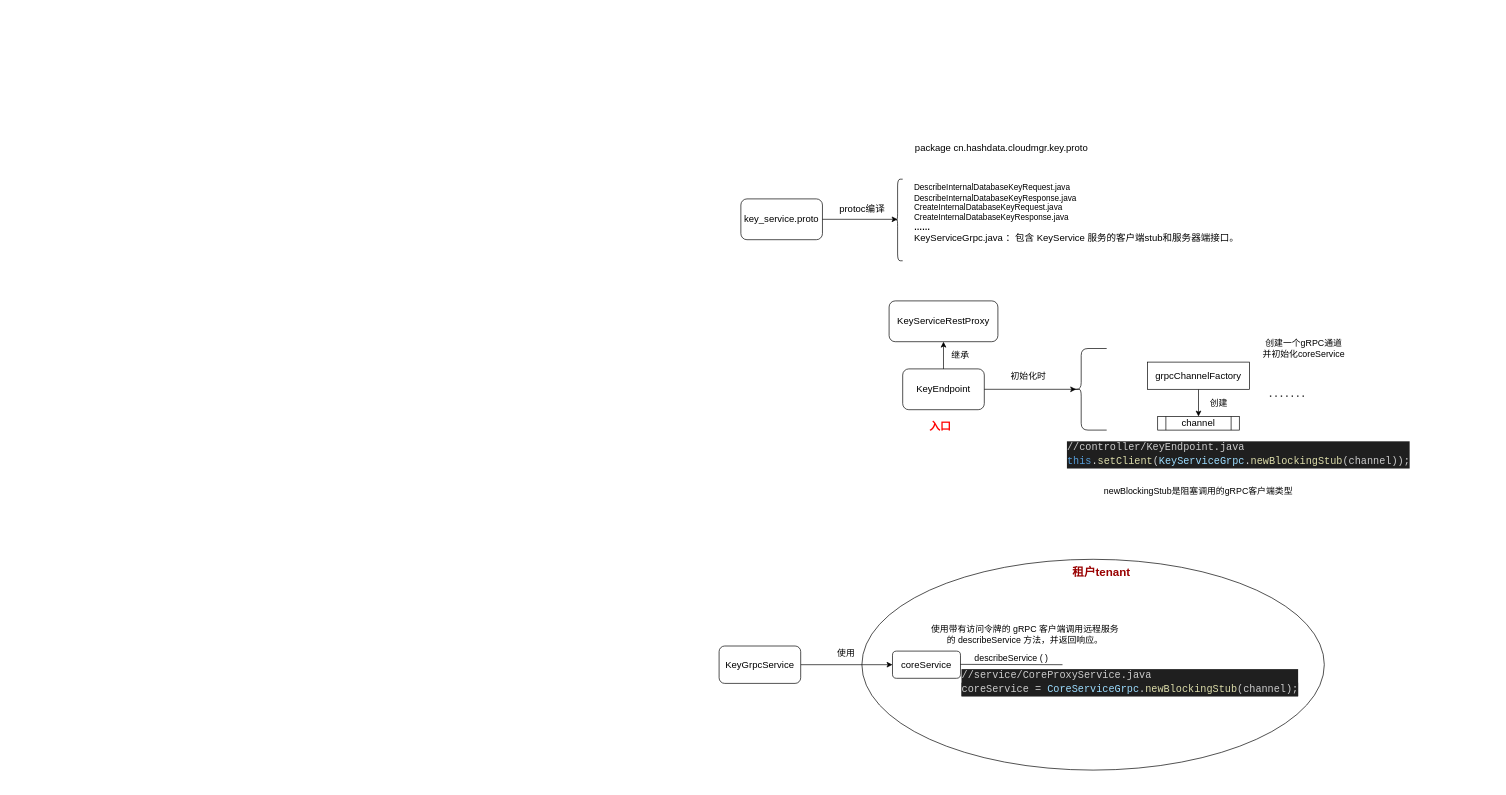
Before: epp.drawio in TouyamaRie/My_pictures, a draw.io diagram. Source tidied: cells renumbered, new cells numbered last; positions are measured from the earlier drawing's top-left corner, leaving out a move shared by most shapes. Both pictures are drawn from the tidied source at 68%, with x=0, y=0 at pixel (719, 137).
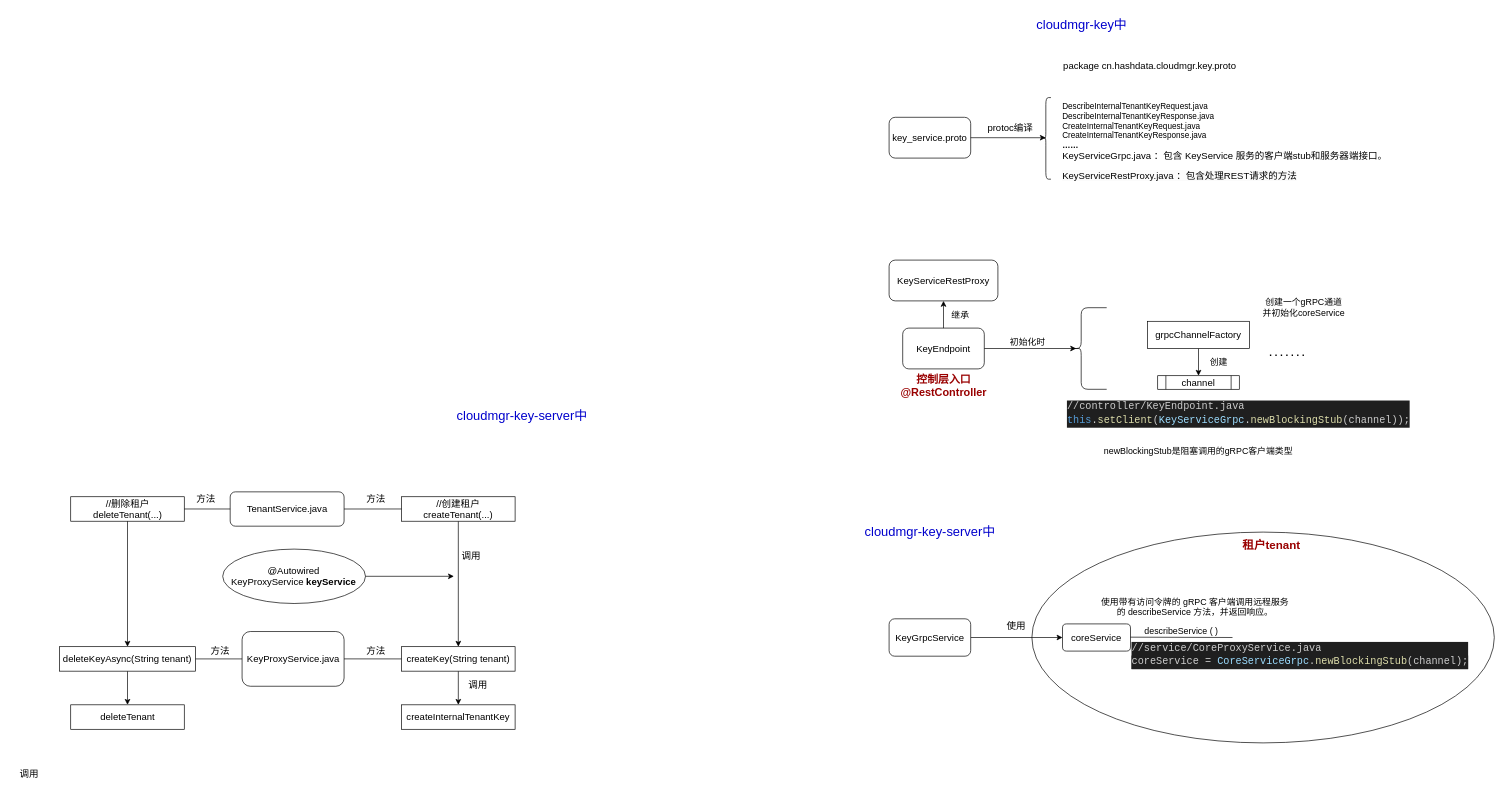
The same page after the edit.

The edit, as a diff of the source:
```diff
@@
+    <mxCell id="34" style="ellipse;whiteSpace=wrap;html=1;" parent="1" vertex="1">
+      <mxGeometry x="-730" y="605" width="210" height="80" as="geometry" />
+    </mxCell>
     <mxCell id="2" style="ellipse;whiteSpace=wrap;html=1;" parent="1" vertex="1">
-      <mxGeometry x="210" y="620" width="680" height="310" as="geometry" />
+      <mxGeometry x="460" y="580" width="680" height="310" as="geometry" />
     </mxCell>
     <mxCell id="3" value="&lt;font style=&quot;font-size: 14px;&quot;&gt;coreService&lt;/font&gt;" style="rounded=1;whiteSpace=wrap;html=1;" parent="1" vertex="1">
-      <mxGeometry x="255" y="755" width="100" height="40" as="geometry" />
+      <mxGeometry x="505" y="715" width="100" height="40" as="geometry" />
     </mxCell>
@@
     <mxCell id="5" value="&lt;font style=&quot;font-size: 14px;&quot;&gt;grpcChannelFactory&lt;/font&gt;" style="rounded=0;whiteSpace=wrap;html=1;" parent="1" vertex="1">
-      <mxGeometry x="630" y="330" width="150" height="40" as="geometry" />
+      <mxGeometry x="630" y="270" width="150" height="40" as="geometry" />
     </mxCell>
     <mxCell id="6" value="&lt;font style=&quot;font-size: 14px;&quot;&gt;channel&lt;/font&gt;" style="shape=process;whiteSpace=wrap;html=1;backgroundOutline=1;" parent="1" vertex="1">
-      <mxGeometry x="645" y="410" width="120" height="20" as="geometry" />
+      <mxGeometry x="645" y="350" width="120" height="20" as="geometry" />
     </mxCell>
     <mxCell id="7" style="endArrow=none;dashed=1;html=1;dashPattern=1 3;strokeWidth=2;rounded=0;" parent="1" edge="1">
       <mxGeometry relative="1" as="geometry">
-        <mxPoint x="810" y="380" as="sourcePoint" />
-        <mxPoint x="860" y="380" as="targetPoint" />
+        <mxPoint x="810" y="320" as="sourcePoint" />
+        <mxPoint x="860" y="320" as="targetPoint" />
       </mxGeometry>
     </mxCell>
     <mxCell id="8" style="endArrow=none;html=1;rounded=0;" parent="1" edge="1">
       <mxGeometry relative="1" as="geometry">
-        <mxPoint x="355" y="774.5" as="sourcePoint" />
-        <mxPoint x="505" y="775" as="targetPoint" />
+        <mxPoint x="605" y="734.5" as="sourcePoint" />
+        <mxPoint x="755" y="735" as="targetPoint" />
       </mxGeometry>
     </mxCell>
     <mxCell id="9" value="&lt;font style=&quot;font-size: 13px;&quot;&gt;describeService ( )&lt;/font&gt;" style="text;html=1;align=center;verticalAlign=middle;whiteSpace=wrap;rounded=0;" parent="1" vertex="1">
-      <mxGeometry x="365" y="755" width="130" height="20" as="geometry" />
+      <mxGeometry x="615" y="715" width="130" height="20" as="geometry" />
     </mxCell>
     <mxCell id="10" value="&lt;font style=&quot;font-size: 13px;&quot;&gt;创建一个gRPC通道&lt;/font&gt;&lt;div&gt;&lt;font style=&quot;font-size: 13px;&quot;&gt;并初始化coreService&lt;/font&gt;&lt;/div&gt;" style="text;html=1;align=center;verticalAlign=middle;whiteSpace=wrap;rounded=0;" parent="1" vertex="1">
-      <mxGeometry x="740" y="300" width="240" height="20" as="geometry" />
+      <mxGeometry x="740" y="240" width="240" height="20" as="geometry" />
     </mxCell>
     <mxCell id="11" value="&lt;span style=&quot;font-size: 13px;&quot;&gt;使用带有访问令牌的 gRPC 客户端调用远程服务的 describeService 方法，&lt;/span&gt;&lt;span style=&quot;font-size: 13px; background-color: initial;&quot;&gt;并返回响应。&lt;/span&gt;" style="text;html=1;align=center;verticalAlign=middle;whiteSpace=wrap;rounded=0;" parent="1" vertex="1">
-      <mxGeometry x="310" y="720" width="280" height="20" as="geometry" />
+      <mxGeometry x="560" y="680" width="280" height="20" as="geometry" />
     </mxCell>
     <mxCell id="12" value="&lt;div style=&quot;color: rgb(204, 204, 204); background-color: rgb(31, 31, 31); font-family: &amp;quot;Fira code&amp;quot;, &amp;quot;Microsoft YaHei&amp;quot;, monospace, Consolas, &amp;quot;Courier New&amp;quot;, monospace; font-weight: normal; font-size: 15px; line-height: 20px; white-space: pre; --darkreader-inline-color: #c8c3bc; --darkreader-inline-bgcolor: #17191a;&quot;&gt;&lt;div&gt;&lt;span style=&quot;color: rgb(204, 204, 204); --darkreader-inline-color: #c8c3bc;&quot;&gt;//controller/KeyEndpoint.java&amp;nbsp;&lt;/span&gt;&lt;/div&gt;&lt;div&gt;&lt;span style=&quot;color: rgb(86, 156, 214); --darkreader-inline-color: #60a4d8;&quot;&gt;this&lt;/span&gt;&lt;span style=&quot;color: rgb(204, 204, 204); --darkreader-inline-color: #c8c3bc;&quot;&gt;.&lt;/span&gt;&lt;span style=&quot;color: rgb(220, 220, 170); --darkreader-inline-color: #d8d89f;&quot;&gt;setClient&lt;/span&gt;&lt;span style=&quot;color: rgb(204, 204, 204); --darkreader-inline-color: #c8c3bc;&quot;&gt;(&lt;/span&gt;&lt;span style=&quot;color: rgb(156, 220, 254); --darkreader-inline-color: #87d5fe;&quot;&gt;KeyServiceGrpc&lt;/span&gt;&lt;span style=&quot;color: rgb(204, 204, 204); --darkreader-inline-color: #c8c3bc;&quot;&gt;.&lt;/span&gt;&lt;span style=&quot;color: rgb(220, 220, 170); --darkreader-inline-color: #d8d89f;&quot;&gt;newBlockingStub&lt;/span&gt;&lt;span style=&quot;color: rgb(204, 204, 204); --darkreader-inline-color: #c8c3bc;&quot;&gt;(channel));&lt;/span&gt;&lt;/div&gt;&lt;/div&gt;" style="text;whiteSpace=wrap;html=1;" parent="1" vertex="1">
-      <mxGeometry x="510" y="440" width="450" height="40" as="geometry" />
+      <mxGeometry x="510" y="380" width="450" height="40" as="geometry" />
     </mxCell>
     <mxCell id="13" value="&lt;div style=&quot;color: rgb(204, 204, 204); background-color: rgb(31, 31, 31); font-family: &amp;quot;Fira code&amp;quot;, &amp;quot;Microsoft YaHei&amp;quot;, monospace, Consolas, &amp;quot;Courier New&amp;quot;, monospace; font-weight: normal; font-size: 15px; line-height: 20px; white-space: pre; --darkreader-inline-color: #c8c3bc; --darkreader-inline-bgcolor: #17191a;&quot;&gt;&lt;div&gt;&lt;span style=&quot;color: rgb(204, 204, 204); --darkreader-inline-color: #c8c3bc;&quot;&gt;//service/CoreProxyService.java&amp;nbsp;&lt;/span&gt;&lt;/div&gt;&lt;div&gt;&lt;div style=&quot;color: rgb(204, 204, 204); background-color: rgb(31, 31, 31); line-height: 20px; --darkreader-inline-color: #c8c3bc; --darkreader-inline-bgcolor: #17191a;&quot;&gt;coreService &lt;span style=&quot;color: rgb(212, 212, 212); --darkreader-inline-color: #cdc8c2;&quot;&gt;=&lt;/span&gt; &lt;span style=&quot;color: rgb(156, 220, 254); --darkreader-inline-color: #87d5fe;&quot;&gt;CoreServiceGrpc&lt;/span&gt;.&lt;span style=&quot;color: rgb(220, 220, 170); --darkreader-inline-color: #d8d89f;&quot;&gt;newBlockingStub&lt;/span&gt;(channel);&lt;/div&gt;&lt;/div&gt;&lt;/div&gt;" style="text;whiteSpace=wrap;html=1;" parent="1" vertex="1">
-      <mxGeometry x="355" y="775" width="450" height="40" as="geometry" />
+      <mxGeometry x="605" y="735" width="450" height="40" as="geometry" />
     </mxCell>
     <mxCell id="14" value="&lt;span style=&quot;font-size: 13px;&quot;&gt;newBlockingStub是阻塞调用的gRPC客户端类型&lt;/span&gt;" style="text;html=1;align=center;verticalAlign=middle;whiteSpace=wrap;rounded=0;" parent="1" vertex="1">
-      <mxGeometry x="555" y="510" width="300" height="20" as="geometry" />
+      <mxGeometry x="555" y="450" width="300" height="20" as="geometry" />
     </mxCell>
     <mxCell id="15" value="&lt;font style=&quot;font-size: 14px;&quot;&gt;KeyEndpoint&lt;/font&gt;" style="rounded=1;whiteSpace=wrap;html=1;" parent="1" vertex="1">
-      <mxGeometry x="270" y="340" width="120" height="60" as="geometry" />
+      <mxGeometry x="270" y="280" width="120" height="60" as="geometry" />
     </mxCell>
     <mxCell id="16" style="endArrow=classic;html=1;rounded=0;exitX=0.5;exitY=0;exitDx=0;exitDy=0;" parent="1" edge="1" source="15">
       <mxGeometry relative="1" as="geometry">
-        <mxPoint x="330" y="300" as="targetPoint" />
+        <mxPoint x="330" y="240" as="targetPoint" />
       </mxGeometry>
     </mxCell>
     <mxCell id="17" value="&lt;font style=&quot;font-size: 14px;&quot;&gt;KeyServiceRestProxy&lt;/font&gt;" style="rounded=1;whiteSpace=wrap;html=1;" parent="1" vertex="1">
-      <mxGeometry x="250" y="240" width="160" height="60" as="geometry" />
+      <mxGeometry x="250" y="180" width="160" height="60" as="geometry" />
     </mxCell>
     <mxCell id="18" value="&lt;span style=&quot;font-size: 13px;&quot;&gt;继承&lt;/span&gt;" style="text;html=1;align=center;verticalAlign=middle;whiteSpace=wrap;rounded=0;" parent="1" vertex="1">
-      <mxGeometry x="330" y="310" width="50" height="20" as="geometry" />
+      <mxGeometry x="330" y="250" width="50" height="20" as="geometry" />
     </mxCell>
     <mxCell id="19" value="&lt;span style=&quot;font-size: 13px;&quot;&gt;创建&lt;/span&gt;" style="text;html=1;align=center;verticalAlign=middle;whiteSpace=wrap;rounded=0;" parent="1" vertex="1">
-      <mxGeometry x="710" y="380" width="50" height="20" as="geometry" />
+      <mxGeometry x="710" y="320" width="50" height="20" as="geometry" />
     </mxCell>
     <mxCell id="20" style="shape=curlyBracket;whiteSpace=wrap;html=1;rounded=1;labelPosition=left;verticalLabelPosition=middle;align=right;verticalAlign=middle;size=0.25;" parent="1" vertex="1">
-      <mxGeometry x="520" y="310" width="50" height="120" as="geometry" />
+      <mxGeometry x="520" y="250" width="50" height="120" as="geometry" />
     </mxCell>
     <mxCell id="21" value="&lt;span style=&quot;font-size: 13px;&quot;&gt;初始化时&lt;/span&gt;" style="text;html=1;align=center;verticalAlign=middle;whiteSpace=wrap;rounded=0;" parent="1" vertex="1">
-      <mxGeometry x="420" y="340" width="70" height="20" as="geometry" />
+      <mxGeometry x="419" y="290" width="70" height="20" as="geometry" />
     </mxCell>
@@
     <mxCell id="24" value="&lt;font style=&quot;font-size: 14px;&quot;&gt;KeyGrpcService&lt;/font&gt;" style="rounded=1;whiteSpace=wrap;html=1;" parent="1" vertex="1">
-      <mxGeometry y="747.5" width="120" height="55" as="geometry" />
+      <mxGeometry x="250" y="707.5" width="120" height="55" as="geometry" />
     </mxCell>
-    <mxCell id="25" value="&lt;span style=&quot;font-size: 13px;&quot;&gt;使用&lt;/span&gt;" style="text;html=1;align=center;verticalAlign=middle;whiteSpace=wrap;rounded=0;" parent="1" vertex="1">
-      <mxGeometry x="152" y="747.5" width="70" height="20" as="geometry" />
+    <mxCell id="25" value="&lt;font style=&quot;font-size: 14px;&quot;&gt;使用&lt;/font&gt;" style="text;html=1;align=center;verticalAlign=middle;whiteSpace=wrap;rounded=0;" parent="1" vertex="1">
+      <mxGeometry x="402" y="707.5" width="70" height="20" as="geometry" />
     </mxCell>
     <mxCell id="26" value="&lt;font color=&quot;#990000&quot; style=&quot;font-size: 17px;&quot;&gt;&lt;b&gt;租户tenant&lt;/b&gt;&lt;/font&gt;" style="text;html=1;align=center;verticalAlign=middle;whiteSpace=wrap;rounded=0;" parent="1" vertex="1">
-      <mxGeometry x="515" y="630" width="95" height="20" as="geometry" />
+      <mxGeometry x="765" y="590" width="95" height="20" as="geometry" />
     </mxCell>
-    <mxCell id="27" value="&lt;font color=&quot;#ff0000&quot; style=&quot;font-size: 16px;&quot;&gt;&lt;b&gt;入口&lt;/b&gt;&lt;/font&gt;" style="text;html=1;align=center;verticalAlign=middle;strokeColor=none;fillColor=none;" parent="1" vertex="1">
-      <mxGeometry x="295" y="410" width="60" height="30" as="geometry" />
+    <mxCell id="27" value="&lt;font color=&quot;#990000&quot; style=&quot;font-size: 16px;&quot;&gt;&lt;b style=&quot;&quot;&gt;控制层入口&lt;br&gt;@RestController&lt;/b&gt;&lt;/font&gt;" style="text;html=1;align=center;verticalAlign=middle;strokeColor=none;fillColor=none;" parent="1" vertex="1">
+      <mxGeometry x="255" y="340" width="150" height="50" as="geometry" />
     </mxCell>
     <mxCell id="28" value="&lt;font style=&quot;font-size: 14px;&quot;&gt;key_service.proto&lt;/font&gt;" style="rounded=1;whiteSpace=wrap;html=1;" parent="1" vertex="1">
-      <mxGeometry x="32" y="90" width="120" height="60" as="geometry" />
+      <mxGeometry x="250" y="-30" width="120" height="60" as="geometry" />
     </mxCell>
@@
     <mxCell id="30" value="&lt;font style=&quot;font-size: 14px;&quot;&gt;protoc编译&lt;/font&gt;" style="text;html=1;align=center;verticalAlign=middle;strokeColor=none;fillColor=none;" parent="1" vertex="1">
-      <mxGeometry x="165" y="90" width="90" height="30" as="geometry" />
+      <mxGeometry x="383" y="-30" width="90" height="30" as="geometry" />
     </mxCell>
     <mxCell id="31" value="&lt;font style=&quot;font-size: 14px;&quot;&gt;package cn.hashdata.cloudmgr.key.proto&lt;/font&gt;" style="text;html=1;align=center;verticalAlign=middle;strokeColor=none;fillColor=none;" parent="1" vertex="1">
-      <mxGeometry x="275" width="280" height="30" as="geometry" />
+      <mxGeometry x="493" y="-120" width="280" height="30" as="geometry" />
     </mxCell>
     <mxCell id="32" style="shape=curlyBracket;whiteSpace=wrap;html=1;rounded=1;labelPosition=left;verticalLabelPosition=middle;align=right;verticalAlign=middle;size=0.25;" parent="1" vertex="1">
-      <mxGeometry x="260" y="61" width="10" height="120" as="geometry" />
+      <mxGeometry x="478" y="-59" width="10" height="120" as="geometry" />
     </mxCell>
-    <mxCell id="33" value="&lt;div&gt;DescribeInternalDatabaseKeyRequest.java&lt;/div&gt;&lt;div&gt;DescribeInternalDatabaseKeyResponse.java&lt;/div&gt;&lt;div&gt;CreateInternalDatabaseKeyRequest.java&lt;/div&gt;&lt;div&gt;CreateInternalDatabaseKeyResponse.java&lt;br&gt;&lt;b&gt;……&lt;/b&gt;&lt;br&gt;&lt;span style=&quot;font-size: 14px;&quot;&gt;KeyServiceGrpc.java ：&lt;/span&gt;&lt;span style=&quot;background-color: initial; font-size: 14px;&quot;&gt;包含 KeyService 服务的客户端stub和服务器端接口。&lt;/span&gt;&lt;/div&gt;" style="text;html=1;align=left;verticalAlign=middle;strokeColor=none;fillColor=none;" parent="1" vertex="1">
-      <mxGeometry x="285" y="61" width="500" height="100" as="geometry" />
+    <mxCell id="33" value="&lt;div&gt;DescribeInternalTenantKeyRequest.java&lt;/div&gt;&lt;div&gt;DescribeInternalTenantKeyResponse.java&lt;/div&gt;&lt;div&gt;CreateInternalTenantKeyRequest.java&lt;/div&gt;&lt;div&gt;CreateInternalTenantKeyResponse.java&lt;br&gt;&lt;b&gt;……&lt;/b&gt;&lt;br&gt;&lt;span style=&quot;font-size: 14px;&quot;&gt;KeyServiceGrpc.java ：&lt;/span&gt;&lt;span style=&quot;background-color: initial; font-size: 14px;&quot;&gt;包含 KeyService 服务的客户端stub和服务器端接口。&lt;/span&gt;&lt;/div&gt;" style="text;html=1;align=left;verticalAlign=middle;strokeColor=none;fillColor=none;" parent="1" vertex="1">
+      <mxGeometry x="503" y="-59" width="500" height="100" as="geometry" />
     </mxCell>
+    <mxCell id="35" value="&lt;span style=&quot;forced-color-adjust: none; color: rgb(0, 0, 0); font-family: Helvetica; font-style: normal; font-variant-ligatures: normal; font-variant-caps: normal; font-weight: 400; letter-spacing: normal; orphans: 2; text-align: left; text-indent: 0px; text-transform: none; widows: 2; word-spacing: 0px; -webkit-text-stroke-width: 0px; white-space: nowrap; background-color: rgb(251, 251, 251); text-decoration-thickness: initial; text-decoration-style: initial; text-decoration-color: initial; font-size: 14px;&quot;&gt;KeyServiceRestProxy.java ：包含处理REST请求的方法&lt;/span&gt;" style="text;whiteSpace=wrap;html=1;" parent="1" vertex="1">
+      <mxGeometry x="503" y="41" width="510" height="30" as="geometry" />
+    </mxCell>
+    <mxCell id="36" value="&lt;font style=&quot;font-size: 14px;&quot;&gt;KeyProxyService.java&lt;/font&gt;" style="rounded=1;whiteSpace=wrap;html=1;" parent="1" vertex="1">
+      <mxGeometry x="-701.5" y="726.2" width="150" height="80.5" as="geometry" />
+    </mxCell>
+    <mxCell id="37" value="&lt;font style=&quot;font-size: 14px;&quot;&gt;@Autowired &lt;br&gt;KeyProxyService &lt;b&gt;keyService&lt;/b&gt;&lt;/font&gt;" style="text;html=1;align=center;verticalAlign=middle;strokeColor=none;fillColor=none;" parent="1" vertex="1">
+      <mxGeometry x="-731.5" y="620" width="210" height="50" as="geometry" />
+    </mxCell>
+    <mxCell id="38" style="edgeStyle=orthogonalEdgeStyle;rounded=0;jettySize=auto;html=1;" parent="1" edge="1" source="39" target="41">
+      <mxGeometry relative="1" as="geometry" />
+    </mxCell>
+    <mxCell id="39" value="&lt;font style=&quot;font-size: 14px;&quot;&gt;createKey(String tenant)&lt;/font&gt;" style="rounded=0;whiteSpace=wrap;html=1;" parent="1" vertex="1">
+      <mxGeometry x="-467" y="748.5" width="167" height="36" as="geometry" />
+    </mxCell>
+    <mxCell id="40" value="&lt;span style=&quot;font-size: 14px;&quot;&gt;方法&lt;/span&gt;" style="text;html=1;align=center;verticalAlign=middle;strokeColor=none;fillColor=none;" parent="1" vertex="1">
+      <mxGeometry x="-530" y="740" width="50" height="30" as="geometry" />
+    </mxCell>
+    <mxCell id="41" value="&lt;font style=&quot;font-size: 14px;&quot;&gt;createInternalTenantKey&lt;/font&gt;" style="rounded=0;whiteSpace=wrap;html=1;" parent="1" vertex="1">
+      <mxGeometry x="-467" y="834" width="167" height="36" as="geometry" />
+    </mxCell>
+    <mxCell id="42" style="edgeStyle=orthogonalEdgeStyle;rounded=0;jettySize=auto;html=1;" parent="1" edge="1" source="43" target="45">
+      <mxGeometry relative="1" as="geometry" />
+    </mxCell>
+    <mxCell id="43" value="&lt;font style=&quot;font-size: 14px;&quot;&gt;deleteKeyAsync(String tenant)&lt;/font&gt;" style="rounded=0;whiteSpace=wrap;html=1;" parent="1" vertex="1">
+      <mxGeometry x="-970" y="748.5" width="200" height="36" as="geometry" />
+    </mxCell>
+    <mxCell id="44" value="&lt;span style=&quot;font-size: 14px;&quot;&gt;调用&lt;/span&gt;" style="text;html=1;align=center;verticalAlign=middle;strokeColor=none;fillColor=none;" parent="1" vertex="1">
+      <mxGeometry x="-1040" y="920" width="50" height="30" as="geometry" />
+    </mxCell>
+    <mxCell id="45" value="&lt;font style=&quot;font-size: 14px;&quot;&gt;deleteTenant&lt;/font&gt;" style="rounded=0;whiteSpace=wrap;html=1;" parent="1" vertex="1">
+      <mxGeometry x="-953.5" y="834" width="167" height="36" as="geometry" />
+    </mxCell>
+    <mxCell id="46" value="&lt;span style=&quot;font-size: 14px;&quot;&gt;调用&lt;/span&gt;" style="text;html=1;align=center;verticalAlign=middle;strokeColor=none;fillColor=none;" parent="1" vertex="1">
+      <mxGeometry x="-380" y="790" width="50" height="30" as="geometry" />
+    </mxCell>
+    <mxCell id="47" value="&lt;span style=&quot;font-size: 14px;&quot;&gt;调用&lt;/span&gt;" style="text;html=1;align=center;verticalAlign=middle;strokeColor=none;fillColor=none;" parent="1" vertex="1">
+      <mxGeometry x="-390" y="600" width="50" height="30" as="geometry" />
+    </mxCell>
+    <mxCell id="48" value="&lt;font color=&quot;#0000cc&quot; style=&quot;font-size: 19px;&quot;&gt;cloudmgr-key中&lt;/font&gt;" style="text;html=1;align=center;verticalAlign=middle;strokeColor=none;fillColor=none;" parent="1" vertex="1">
+      <mxGeometry x="453" y="-185" width="160" height="40" as="geometry" />
+    </mxCell>
+    <mxCell id="49" value="&lt;font color=&quot;#0000cc&quot; style=&quot;font-size: 19px;&quot;&gt;cloudmgr-key-server中&lt;/font&gt;" style="text;html=1;align=center;verticalAlign=middle;strokeColor=none;fillColor=none;" parent="1" vertex="1">
+      <mxGeometry x="200" y="560" width="220" height="40" as="geometry" />
+    </mxCell>
+    <mxCell id="50" value="&lt;font color=&quot;#0000cc&quot; style=&quot;font-size: 19px;&quot;&gt;cloudmgr-key-server中&lt;/font&gt;" style="text;html=1;align=center;verticalAlign=middle;strokeColor=none;fillColor=none;" parent="1" vertex="1">
+      <mxGeometry x="-400" y="390" width="220" height="40" as="geometry" />
+    </mxCell>
+    <mxCell id="51" value="&lt;font style=&quot;font-size: 14px;&quot;&gt;TenantService.java&lt;/font&gt;" style="rounded=1;whiteSpace=wrap;html=1;" parent="1" vertex="1">
+      <mxGeometry x="-719" y="520.8" width="167.5" height="50.5" as="geometry" />
+    </mxCell>
+    <mxCell id="52" value="&lt;span style=&quot;font-size: 14px;&quot;&gt;方法&lt;/span&gt;" style="text;html=1;align=center;verticalAlign=middle;strokeColor=none;fillColor=none;" parent="1" vertex="1">
+      <mxGeometry x="-530" y="516" width="50" height="30" as="geometry" />
+    </mxCell>
+    <mxCell id="53" style="edgeStyle=orthogonalEdgeStyle;rounded=0;jettySize=auto;html=1;" parent="1" edge="1" source="54" target="39">
+      <mxGeometry relative="1" as="geometry" />
+    </mxCell>
+    <mxCell id="54" value="&lt;div&gt;&lt;font style=&quot;font-size: 14px;&quot;&gt;//创建租户&lt;/font&gt;&lt;/div&gt;&lt;font style=&quot;font-size: 14px;&quot;&gt;createTenant(...)&lt;/font&gt;" style="rounded=0;whiteSpace=wrap;html=1;" parent="1" vertex="1">
+      <mxGeometry x="-467" y="528" width="167" height="36" as="geometry" />
+    </mxCell>
+    <mxCell id="55" style="endArrow=classic;html=1;rounded=0;" parent="1" edge="1">
+      <mxGeometry relative="1" as="geometry">
+        <mxPoint x="-520" y="645" as="sourcePoint" />
+        <mxPoint x="-390" y="645" as="targetPoint" />
+      </mxGeometry>
+    </mxCell>
+    <mxCell id="56" style="endArrow=none;html=1;rounded=0;entryX=0;entryY=0.5;entryDx=0;entryDy=0;exitX=1;exitY=0.5;exitDx=0;exitDy=0;" parent="1" edge="1" source="36" target="39">
+      <mxGeometry relative="1" as="geometry" />
+    </mxCell>
+    <mxCell id="57" style="endArrow=none;html=1;rounded=0;entryX=0;entryY=0.5;entryDx=0;entryDy=0;exitX=1;exitY=0.5;exitDx=0;exitDy=0;" parent="1" edge="1" source="51" target="54">
+      <mxGeometry relative="1" as="geometry" />
+    </mxCell>
+    <mxCell id="58" style="endArrow=none;html=1;rounded=0;exitX=1;exitY=0.5;exitDx=0;exitDy=0;" parent="1" edge="1" source="43" target="36">
+      <mxGeometry relative="1" as="geometry" />
+    </mxCell>
+    <mxCell id="59" value="&lt;span style=&quot;font-size: 14px;&quot;&gt;方法&lt;/span&gt;" style="text;html=1;align=center;verticalAlign=middle;strokeColor=none;fillColor=none;" parent="1" vertex="1">
+      <mxGeometry x="-759.5" y="740" width="50" height="30" as="geometry" />
+    </mxCell>
+    <mxCell id="60" style="endArrow=none;html=1;rounded=0;" parent="1" edge="1" target="51">
+      <mxGeometry relative="1" as="geometry">
+        <mxPoint x="-790" y="546" as="sourcePoint" />
+      </mxGeometry>
+    </mxCell>
+    <mxCell id="61" value="&lt;span style=&quot;font-size: 14px;&quot;&gt;方法&lt;/span&gt;" style="text;html=1;align=center;verticalAlign=middle;strokeColor=none;fillColor=none;" parent="1" vertex="1">
+      <mxGeometry x="-780" y="516" width="50" height="30" as="geometry" />
+    </mxCell>
+    <mxCell id="62" value="&lt;div&gt;&lt;font style=&quot;font-size: 14px;&quot;&gt;//删除租户&lt;/font&gt;&lt;/div&gt;&lt;font style=&quot;font-size: 14px;&quot;&gt;deleteTenant(...)&lt;/font&gt;" style="rounded=0;whiteSpace=wrap;html=1;" parent="1" vertex="1">
+      <mxGeometry x="-953.5" y="528" width="167" height="36" as="geometry" />
+    </mxCell>
+    <mxCell id="63" style="endArrow=classic;html=1;rounded=0;exitX=0.5;exitY=1;exitDx=0;exitDy=0;" parent="1" edge="1" source="62" target="43">
+      <mxGeometry relative="1" as="geometry" />
+    </mxCell>
```
